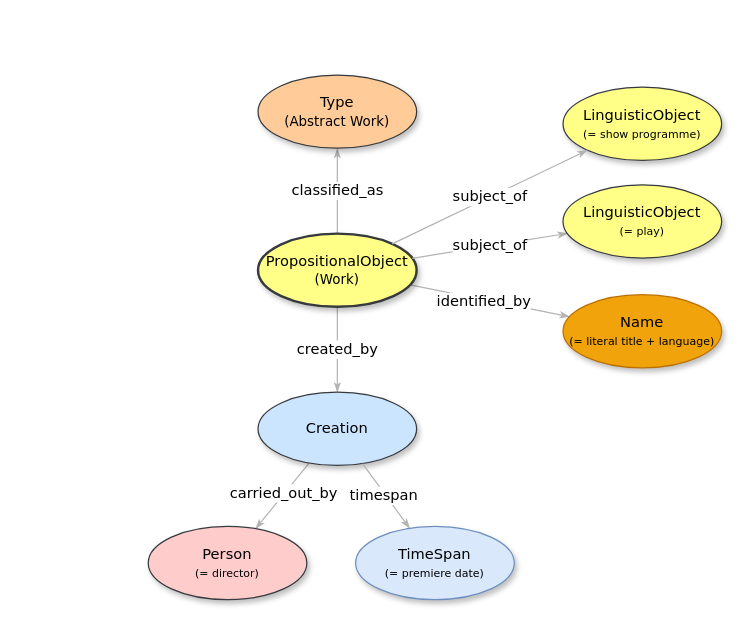
Above: Figures-Cookbook/A.drawio in stage-to-data/linked-art-pa (draw.io), before the change. Source tidied: cells renumbered, new cells numbered last; positions are measured from the earlier drawing's top-left corner, leaving out a move shared by most shapes. Both pictures are drawn from the tidied source at 122%, with x=0, y=0 at pixel (148, 74).
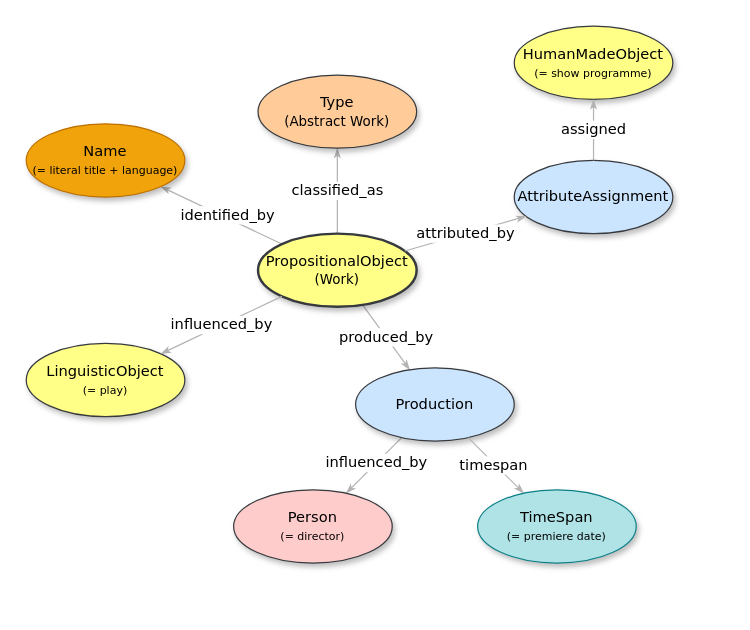
The same diagram, later.

Unchanged cells that the change refers to:
```xml
<mxCell id="6" value="PropositionalObject&lt;div&gt;&lt;span style=&quot;font-size: 11px; background-color: initial;&quot;&gt;(W&lt;/span&gt;&lt;span style=&quot;font-size: 11px; background-color: initial;&quot;&gt;ork)&lt;/span&gt;&lt;/div&gt;" style="ellipse;whiteSpace=wrap;html=1;rounded=0;shadow=1;comic=0;labelBackgroundColor=none;strokeWidth=2;fontFamily=Verdana;fontSize=12;align=center;fillColor=#ffff88;strokeColor=#36393d;" parent="1" vertex="1">
  <mxGeometry x="90" y="130" width="130" height="60" as="geometry" />
</mxCell>
<mxCell id="8" style="edgeStyle=none;rounded=1;html=1;labelBackgroundColor=none;startArrow=none;startFill=0;startSize=5;endArrow=classicThin;endFill=1;endSize=5;jettySize=auto;strokeColor=#B3B3B3;strokeWidth=1;fontFamily=Verdana;fontSize=12;" parent="1" edge="1" source="10" target="12">
  <mxGeometry relative="1" as="geometry" />
</mxCell>
```

What changed in the source:
```diff
@@
-    <mxCell id="5" value="created_by" style="edgeStyle=none;rounded=1;html=1;labelBackgroundColor=#FFFFFF;startArrow=none;startFill=0;startSize=5;endArrow=classicThin;endFill=1;endSize=5;jettySize=auto;strokeColor=#B3B3B3;strokeWidth=1;fontFamily=Verdana;fontSize=12;" parent="1" edge="1" source="6" target="10">
+    <mxCell id="5" value="produced_by" style="edgeStyle=none;rounded=1;html=1;labelBackgroundColor=#FFFFFF;startArrow=none;startFill=0;startSize=5;endArrow=classicThin;endFill=1;endSize=5;jettySize=auto;strokeColor=#B3B3B3;strokeWidth=1;fontFamily=Verdana;fontSize=12;" parent="1" edge="1" source="6" target="10">
       <mxGeometry relative="1" as="geometry" />
     </mxCell>
@@
     <mxCell id="7" value="&lt;span&gt;Name&lt;/span&gt;&lt;div&gt;&lt;span&gt;&lt;font style=&quot;font-size: 9px;&quot;&gt;(= literal title + language)&lt;/font&gt;&lt;/span&gt;&lt;/div&gt;" style="ellipse;whiteSpace=wrap;html=1;rounded=0;shadow=1;comic=0;labelBackgroundColor=none;strokeWidth=1;fontFamily=Verdana;fontSize=12;align=center;fillColor=#f0a30a;strokeColor=#BD7000;fontColor=#000000;" parent="1" vertex="1">
-      <mxGeometry x="340" y="180" width="130" height="60" as="geometry" />
+      <mxGeometry x="-100" y="40" width="130" height="60" as="geometry" />
     </mxCell>
@@
-    <mxCell id="9" value="&lt;font face=&quot;Verdana&quot; style=&quot;font-size: 12px;&quot;&gt;carried_out_by&lt;/font&gt;" style="edgeLabel;html=1;align=center;verticalAlign=middle;" parent="8" vertex="1">
+    <mxCell id="9" value="&lt;font face=&quot;Verdana&quot; style=&quot;font-size: 12px;&quot;&gt;influenced_by&lt;/font&gt;" style="edgeLabel;html=1;align=center;verticalAlign=middle;" parent="8" vertex="1">
       <mxGeometry x="-0.06" relative="1" as="geometry">
         <mxPoint y="-1" as="offset" />
       </mxGeometry>
     </mxCell>
-    <mxCell id="10" value="&lt;span&gt;Creation&lt;/span&gt;" style="ellipse;whiteSpace=wrap;html=1;rounded=0;shadow=1;comic=0;labelBackgroundColor=none;strokeWidth=1;fontFamily=Verdana;fontSize=12;align=center;fillColor=#cce5ff;strokeColor=#36393d;" parent="1" vertex="1">
-      <mxGeometry x="90" y="260" width="130" height="60" as="geometry" />
+    <mxCell id="10" value="&lt;span&gt;Production&lt;/span&gt;" style="ellipse;whiteSpace=wrap;html=1;rounded=0;shadow=1;comic=0;labelBackgroundColor=none;strokeWidth=1;fontFamily=Verdana;fontSize=12;align=center;fillColor=#cce5ff;strokeColor=#36393d;" parent="1" vertex="1">
+      <mxGeometry x="170" y="240" width="130" height="60" as="geometry" />
     </mxCell>
-    <mxCell id="11" value="subject_of" style="edgeStyle=none;rounded=1;html=1;labelBackgroundColor=#FFFFFF;startArrow=none;startFill=0;startSize=5;endArrow=classicThin;endFill=1;endSize=5;jettySize=auto;strokeColor=#B3B3B3;strokeWidth=1;fontFamily=Verdana;fontSize=12;" parent="1" edge="1" source="6" target="13">
-      <mxGeometry relative="1" as="geometry" />
-    </mxCell>
     <mxCell id="12" value="&lt;span&gt;Person&lt;/span&gt;&lt;div&gt;&lt;span&gt;&lt;font style=&quot;font-size: 9px;&quot;&gt;(= director)&lt;/font&gt;&lt;/span&gt;&lt;/div&gt;" style="ellipse;whiteSpace=wrap;html=1;rounded=0;shadow=1;comic=0;labelBackgroundColor=none;strokeWidth=1;fontFamily=Verdana;fontSize=12;align=center;fillColor=#ffcccc;strokeColor=#36393d;" parent="1" vertex="1">
-      <mxGeometry y="370" width="130" height="60" as="geometry" />
+      <mxGeometry x="70" y="340" width="130" height="60" as="geometry" />
     </mxCell>
-    <mxCell id="13" value="&lt;span&gt;LinguisticObject&lt;/span&gt;&lt;div&gt;&lt;span&gt;&lt;font style=&quot;font-size: 9px;&quot;&gt;(= play)&lt;/font&gt;&lt;/span&gt;&lt;/div&gt;" style="ellipse;whiteSpace=wrap;html=1;rounded=0;shadow=1;comic=0;labelBackgroundColor=none;strokeWidth=1;fontFamily=Verdana;fontSize=12;align=center;fillColor=#ffff88;strokeColor=#36393d;" parent="1" vertex="1">
-      <mxGeometry x="340" y="90" width="130" height="60" as="geometry" />
-    </mxCell>
@@
-    <mxCell id="17" value="&lt;span&gt;TimeSpan&lt;/span&gt;&lt;div&gt;&lt;span&gt;&lt;font style=&quot;font-size: 9px;&quot;&gt;(= premiere date)&lt;/font&gt;&lt;/span&gt;&lt;/div&gt;" style="ellipse;whiteSpace=wrap;html=1;rounded=0;shadow=1;comic=0;labelBackgroundColor=none;strokeWidth=1;fontFamily=Verdana;fontSize=12;align=center;fillColor=#dae8fc;strokeColor=#6c8ebf;" parent="1" vertex="1">
-      <mxGeometry x="170" y="370" width="130" height="60" as="geometry" />
+    <mxCell id="17" value="&lt;span&gt;TimeSpan&lt;/span&gt;&lt;div&gt;&lt;span&gt;&lt;font style=&quot;font-size: 9px;&quot;&gt;(= premiere date)&lt;/font&gt;&lt;/span&gt;&lt;/div&gt;" style="ellipse;whiteSpace=wrap;html=1;rounded=0;shadow=1;comic=0;labelBackgroundColor=none;strokeWidth=1;fontFamily=Verdana;fontSize=12;align=center;fillColor=#b0e3e6;strokeColor=#0e8088;" parent="1" vertex="1">
+      <mxGeometry x="270" y="340" width="130" height="60" as="geometry" />
     </mxCell>
-    <mxCell id="18" value="&lt;span&gt;LinguisticObject&lt;/span&gt;&lt;div&gt;&lt;span&gt;&lt;font style=&quot;font-size: 9px;&quot;&gt;(= show programme)&lt;/font&gt;&lt;/span&gt;&lt;/div&gt;" style="ellipse;whiteSpace=wrap;html=1;rounded=0;shadow=1;comic=0;labelBackgroundColor=none;strokeWidth=1;fontFamily=Verdana;fontSize=12;align=center;fillColor=#ffff88;strokeColor=#36393d;" parent="1" vertex="1">
-      <mxGeometry x="340" y="10" width="130" height="60" as="geometry" />
+    <mxCell id="18" value="&lt;span&gt;AttributeAssignment&lt;/span&gt;" style="ellipse;whiteSpace=wrap;html=1;rounded=0;shadow=1;comic=0;labelBackgroundColor=none;strokeWidth=1;fontFamily=Verdana;fontSize=12;align=center;fillColor=#cce5ff;strokeColor=#36393d;" parent="1" vertex="1">
+      <mxGeometry x="300" y="70" width="130" height="60" as="geometry" />
     </mxCell>
-    <mxCell id="19" value="subject_of" style="edgeStyle=none;rounded=1;html=1;labelBackgroundColor=#FFFFFF;startArrow=none;startFill=0;startSize=5;endArrow=classicThin;endFill=1;endSize=5;jettySize=auto;strokeColor=#B3B3B3;strokeWidth=1;fontFamily=Verdana;fontSize=12;" parent="1" edge="1" source="6" target="18">
+    <mxCell id="19" value="attributed_by" style="edgeStyle=none;rounded=1;html=1;labelBackgroundColor=#FFFFFF;startArrow=none;startFill=0;startSize=5;endArrow=classicThin;endFill=1;endSize=5;jettySize=auto;strokeColor=#B3B3B3;strokeWidth=1;fontFamily=Verdana;fontSize=12;" parent="1" edge="1" source="6" target="18">
       <mxGeometry relative="1" as="geometry" />
     </mxCell>
+    <mxCell id="20" value="&lt;span&gt;HumanMadeObject&lt;/span&gt;&lt;div&gt;&lt;span&gt;&lt;font style=&quot;font-size: 9px;&quot;&gt;(= show programme)&lt;/font&gt;&lt;/span&gt;&lt;/div&gt;" style="ellipse;whiteSpace=wrap;html=1;rounded=0;shadow=1;comic=0;labelBackgroundColor=none;strokeWidth=1;fontFamily=Verdana;fontSize=12;align=center;fillColor=#ffff88;strokeColor=#36393d;" parent="1" vertex="1">
+      <mxGeometry x="300" y="-40" width="130" height="60" as="geometry" />
+    </mxCell>
+    <mxCell id="21" value="assigned" style="edgeStyle=none;rounded=1;html=1;labelBackgroundColor=#FFFFFF;startArrow=none;startFill=0;startSize=5;endArrow=classicThin;endFill=1;endSize=5;jettySize=auto;strokeColor=#B3B3B3;strokeWidth=1;fontFamily=Verdana;fontSize=12;" parent="1" edge="1" source="18" target="20">
+      <mxGeometry relative="1" as="geometry" />
+    </mxCell>
+    <mxCell id="13" value="&lt;span&gt;LinguisticObject&lt;/span&gt;&lt;div&gt;&lt;span&gt;&lt;font style=&quot;font-size: 9px;&quot;&gt;(= play)&lt;/font&gt;&lt;/span&gt;&lt;/div&gt;" style="ellipse;whiteSpace=wrap;html=1;rounded=0;shadow=1;comic=0;labelBackgroundColor=none;strokeWidth=1;fontFamily=Verdana;fontSize=12;align=center;fillColor=#ffff88;strokeColor=#36393d;" parent="1" vertex="1">
+      <mxGeometry x="-100" y="220" width="130" height="60" as="geometry" />
+    </mxCell>
+    <mxCell id="11" value="influen&lt;span style=&quot;background-color: light-dark(rgb(255, 255, 255), rgb(18, 18, 18)); color: light-dark(rgb(0, 0, 0), rgb(255, 255, 255));&quot;&gt;ced_by&lt;/span&gt;" style="edgeStyle=none;rounded=1;html=1;labelBackgroundColor=#FFFFFF;startArrow=none;startFill=0;startSize=5;endArrow=classicThin;endFill=1;endSize=5;jettySize=auto;strokeColor=#B3B3B3;strokeWidth=1;fontFamily=Verdana;fontSize=12;" parent="1" edge="1" source="6" target="13">
+      <mxGeometry relative="1" as="geometry" />
+    </mxCell>
```
